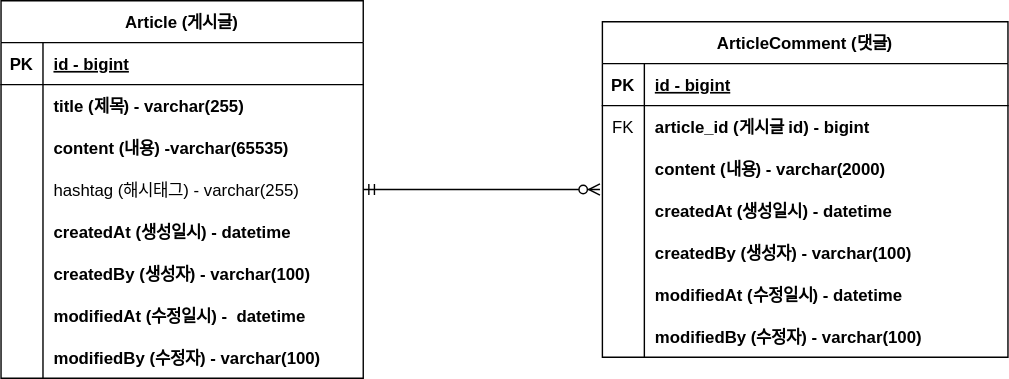
Above: spring-project-board/document/project-board-erd.svg in siniya979/project-board (draw.io), before the change. Source tidied: cells renumbered, new cells last; positions are measured from the earlier drawing's top-left corner, leaving out a move shared by most shapes.
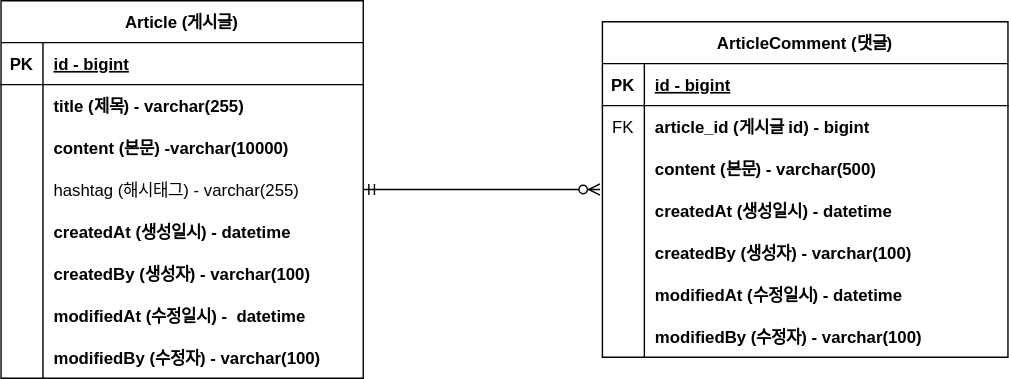
Above is the later version.

Commit message:
#11 - erd 업데이트 -  content 사이즈 변경

The edit, as a diff of the source:
```diff
@@ -29,7 +29,7 @@
     <mxCell id="10" style="shape=partialRectangle;fillColor=none;top=0;left=0;bottom=0;right=0;overflow=hidden;" parent="9" vertex="1">
       <mxGeometry width="30" height="30" as="geometry" />
     </mxCell>
-    <mxCell id="11" value="content (내용) -varchar(65535)" style="shape=partialRectangle;fillColor=none;top=0;left=0;bottom=0;right=0;align=left;spacingLeft=6;overflow=hidden;fontStyle=1;" parent="9" vertex="1">
+    <mxCell id="11" value="content (본문) -varchar(10000)" style="shape=partialRectangle;fillColor=none;top=0;left=0;bottom=0;right=0;align=left;spacingLeft=6;overflow=hidden;fontStyle=1;" parent="9" vertex="1">
       <mxGeometry x="30" width="229" height="30" as="geometry" />
     </mxCell>
     <mxCell id="12" style="shape=tableRow;horizontal=0;startSize=0;swimlaneHead=0;swimlaneBody=0;fillColor=none;points=[[0,0.5],[1,0.5]];portConstraint=eastwest;top=0;left=0;right=0;bottom=0;" parent="2" vertex="1">
@@ -104,7 +104,7 @@
     <mxCell id="35" style="shape=partialRectangle;fillColor=none;top=0;left=0;bottom=0;right=0;overflow=hidden;" parent="34" vertex="1">
       <mxGeometry width="30" height="30" as="geometry" />
     </mxCell>
-    <mxCell id="36" value="content (내용) - varchar(2000)" style="shape=partialRectangle;fillColor=none;top=0;left=0;bottom=0;right=0;align=left;spacingLeft=6;overflow=hidden;fontStyle=1;" parent="34" vertex="1">
+    <mxCell id="36" value="content (본문) - varchar(500)" style="shape=partialRectangle;fillColor=none;top=0;left=0;bottom=0;right=0;align=left;spacingLeft=6;overflow=hidden;fontStyle=1;" parent="34" vertex="1">
       <mxGeometry x="30" width="260" height="30" as="geometry" />
     </mxCell>
     <mxCell id="37" style="shape=tableRow;horizontal=0;startSize=0;swimlaneHead=0;swimlaneBody=0;fillColor=none;top=0;left=0;right=0;bottom=0;" parent="27" vertex="1">
```
